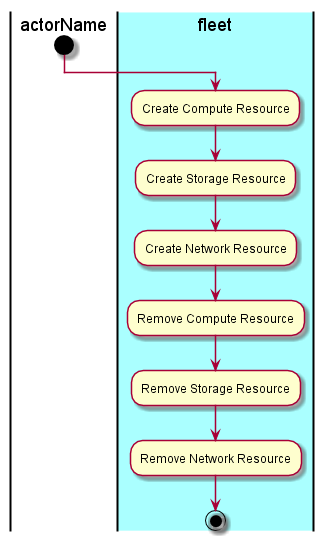
Above: docs/UseCases/Manage-Clouds/Activities.png in CAADE/fleet (PlantUML), before the change.
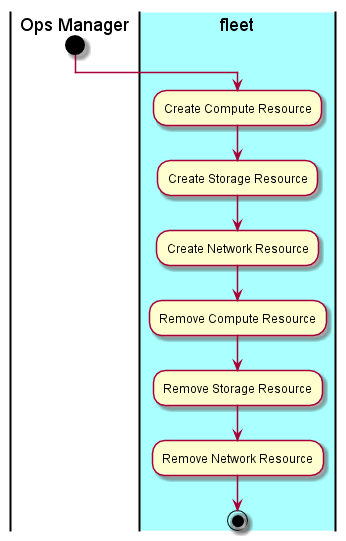
Above is the later version.

The edit, as a diff of the source:
```diff
@@ -1,5 +1,5 @@
 @startuml
-|actorName|
+|Ops Manager|
 start
 |#aaffff|fleet|
 :Create Compute Resource;
```
